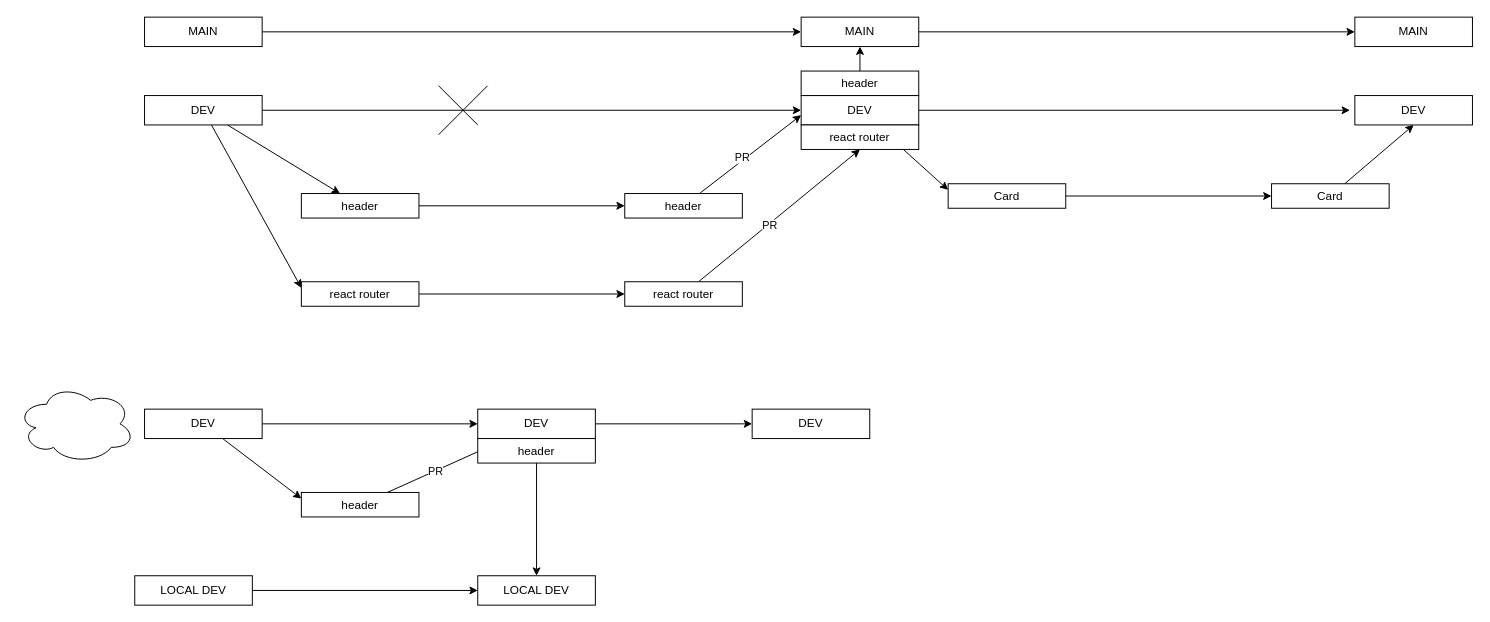
Earlier version of the draw.io diagram git.drawio (MariusCodeAcademy/type19-12_pets_meds_practice). Source tidied: cells renumbered, new cells numbered last; positions are measured from the earlier drawing's top-left corner, leaving out a move shared by most shapes. Both pictures are drawn from the tidied source at 98%, with x=0, y=0 at pixel (17, 17).
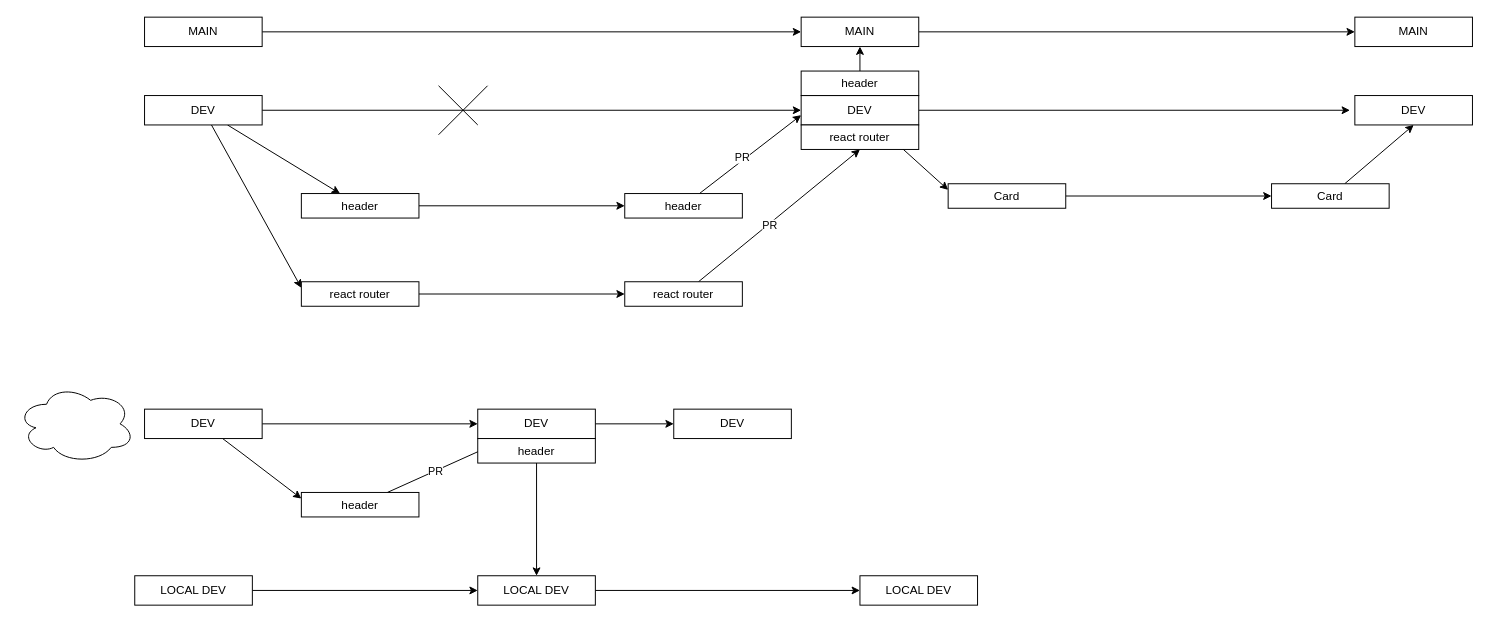
The same diagram, later.

Unchanged cells that the change refers to:
```xml
<mxCell id="48" value="LOCAL DEV" style="rounded=0;whiteSpace=wrap;html=1;" parent="1" vertex="1">
  <mxGeometry x="470" y="570" width="120" height="30" as="geometry" />
</mxCell>
```

Diff of the diagram source:
```diff
@@
     <mxCell id="43" value="DEV" style="rounded=0;whiteSpace=wrap;html=1;" parent="1" vertex="1">
-      <mxGeometry x="750" y="400" width="120" height="30" as="geometry" />
+      <mxGeometry x="670" y="400" width="120" height="30" as="geometry" />
     </mxCell>
@@
+    <mxCell id="49" style="edgeStyle=none;html=1;" parent="1" edge="1" source="48" target="50">
+      <mxGeometry relative="1" as="geometry" />
+    </mxCell>
@@
+    <mxCell id="50" value="LOCAL DEV" style="rounded=0;whiteSpace=wrap;html=1;" parent="1" vertex="1">
+      <mxGeometry x="860" y="570" width="120" height="30" as="geometry" />
+    </mxCell>
```
